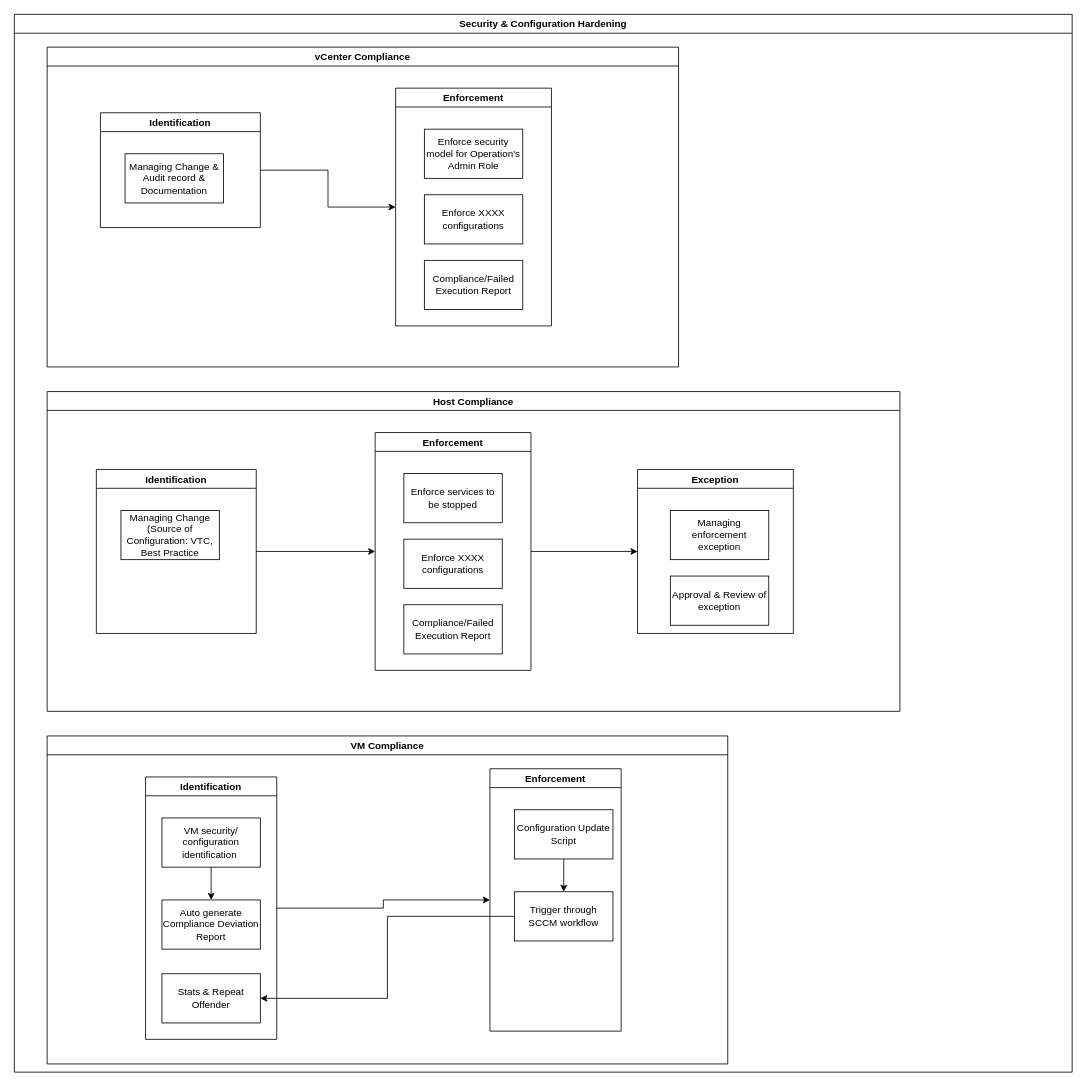
The draw.io diagram page "Security & Configuration Hardening" (2 of 4) of Virt3.drawio in shariashaari/Diagrams, before the edit. Source tidied: cells renumbered, new cells numbered last; positions are measured from the earlier drawing's top-left corner, leaving out a move shared by most shapes. Both pictures are drawn from the tidied source at 82%, with x=0, y=0 at pixel (14, 14).
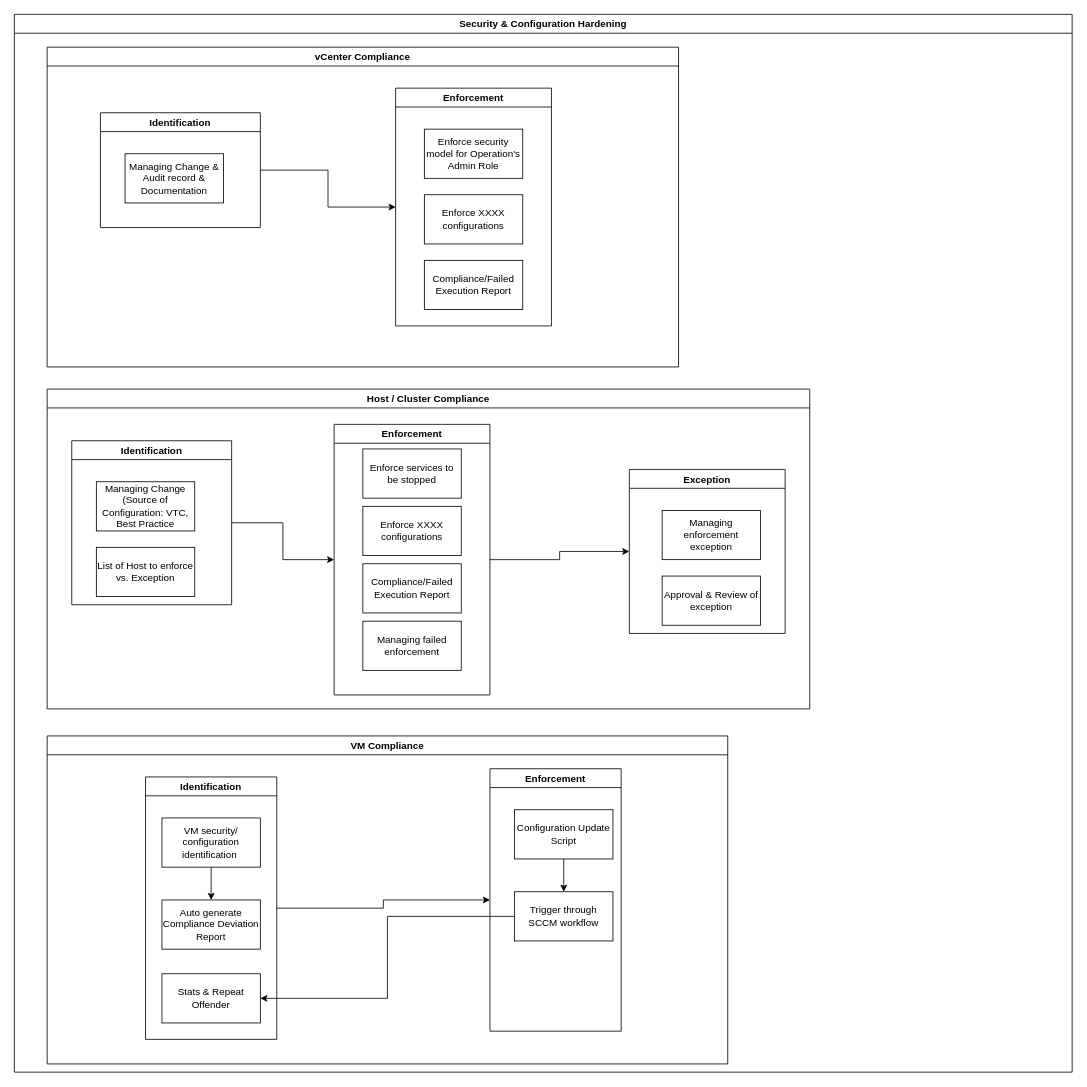
The same diagram, later.

Unchanged cells that the change refers to:
```xml
<mxCell id="2" value="Security &amp; Configuration Hardening" style="swimlane;fontFamily=Helvetica;fontSize=12;fontColor=#000000;" parent="1" vertex="1">
  <mxGeometry width="1290" height="1290" as="geometry" />
</mxCell>
```

What changed in the source:
```diff
@@
-    <mxCell id="15" value="Host Compliance" style="swimlane;fontFamily=Helvetica;fontSize=12;fontColor=#000000;" parent="2" vertex="1">
-      <mxGeometry x="40" y="460" width="1040" height="390" as="geometry" />
+    <mxCell id="15" value="Host / Cluster Compliance" style="swimlane;fontFamily=Helvetica;fontSize=12;fontColor=#000000;" parent="2" vertex="1">
+      <mxGeometry x="40" y="457" width="930" height="390" as="geometry" />
     </mxCell>
     <mxCell id="16" value="Identification" style="swimlane;fontFamily=Helvetica;fontSize=12;fontColor=#000000;startSize=23;" parent="15" vertex="1">
-      <mxGeometry x="60" y="95" width="195" height="200" as="geometry" />
+      <mxGeometry x="30" y="63" width="195" height="200" as="geometry" />
     </mxCell>
@@
+    <mxCell id="35" value="List of Host to enforce vs. Exception" style="rounded=0;whiteSpace=wrap;html=1;" parent="16" vertex="1">
+      <mxGeometry x="30" y="130" width="120" height="60" as="geometry" />
+    </mxCell>
     <mxCell id="18" value="Enforcement" style="swimlane;fontFamily=Helvetica;fontSize=12;fontColor=#000000;" parent="15" vertex="1">
-      <mxGeometry x="400" y="50" width="190" height="290" as="geometry" />
+      <mxGeometry x="350" y="43" width="190" height="330" as="geometry" />
     </mxCell>
     <mxCell id="19" value="Enforce services to be stopped" style="rounded=0;whiteSpace=wrap;html=1;fontFamily=Helvetica;fontSize=12;fontColor=#000000;" parent="18" vertex="1">
-      <mxGeometry x="35" y="50" width="120" height="60" as="geometry" />
+      <mxGeometry x="35" y="30" width="120" height="60" as="geometry" />
     </mxCell>
     <mxCell id="20" value="Enforce XXXX configurations" style="rounded=0;whiteSpace=wrap;html=1;fontFamily=Helvetica;fontSize=12;fontColor=#000000;" parent="18" vertex="1">
-      <mxGeometry x="35" y="130" width="120" height="60" as="geometry" />
+      <mxGeometry x="35" y="100" width="120" height="60" as="geometry" />
     </mxCell>
     <mxCell id="21" value="Compliance/Failed Execution Report" style="rounded=0;whiteSpace=wrap;html=1;fontFamily=Helvetica;fontSize=12;fontColor=#000000;" parent="18" vertex="1">
-      <mxGeometry x="35" y="210" width="120" height="60" as="geometry" />
+      <mxGeometry x="35" y="170" width="120" height="60" as="geometry" />
     </mxCell>
+    <mxCell id="36" value="Managing failed enforcement" style="rounded=0;whiteSpace=wrap;html=1;" parent="18" vertex="1">
+      <mxGeometry x="35" y="240" width="120" height="60" as="geometry" />
+    </mxCell>
     <mxCell id="22" value="Exception" style="swimlane;fontFamily=Helvetica;fontSize=12;fontColor=#000000;" parent="15" vertex="1">
-      <mxGeometry x="720" y="95" width="190" height="200" as="geometry" />
+      <mxGeometry x="710" y="98" width="190" height="200" as="geometry" />
     </mxCell>
```
